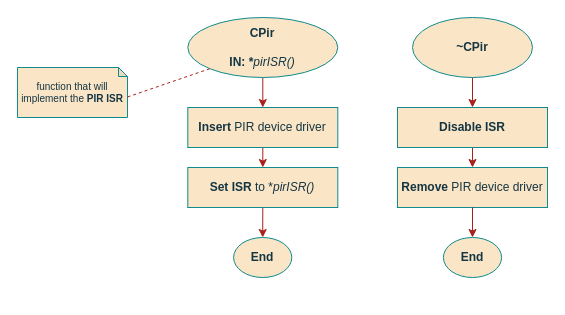
The draw.io diagram page "Constructor" (2 of 3) of documentation/flowcharts/02Classes/CPir.drawio in ESRGgroup9/slipad, before the edit. Source tidied: cells renumbered, new cells numbered last; positions are measured from the earlier drawing's top-left corner, leaving out a move shared by most shapes. Both pictures are drawn from the tidied source at 100%, with x=0, y=0 at pixel (17, 17).
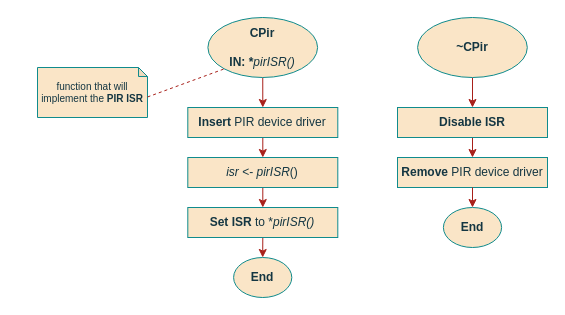
The same page after the edit.

Diff of the diagram source:
```diff
@@
     <mxCell id="3" value="&lt;div&gt;CPir&lt;/div&gt;&lt;div&gt;&lt;br&gt;&lt;/div&gt;&lt;div&gt;IN: *&lt;i&gt;&lt;span style=&quot;font-weight: normal&quot;&gt;pirISR()&lt;/span&gt;&lt;/i&gt; &lt;/div&gt;" style="ellipse;whiteSpace=wrap;html=1;fillColor=#FAE5C7;strokeColor=#0F8B8D;fontColor=#143642;fontStyle=1;" parent="1" vertex="1">
-      <mxGeometry x="170.3" width="150" height="60" as="geometry" />
+      <mxGeometry x="190.4" width="109.7" height="60" as="geometry" />
     </mxCell>
-    <mxCell id="4" style="edgeStyle=orthogonalEdgeStyle;curved=0;rounded=1;sketch=0;jettySize=auto;html=1;exitX=0.5;exitY=1;exitDx=0;exitDy=0;entryX=0.5;entryY=0;entryDx=0;entryDy=0;fontColor=#143642;strokeColor=#A8201A;fillColor=#FAE5C7;" parent="1" edge="1" source="5" target="8">
+    <mxCell id="4" style="edgeStyle=orthogonalEdgeStyle;curved=0;rounded=1;sketch=0;jettySize=auto;html=1;exitX=0.5;exitY=1;exitDx=0;exitDy=0;entryX=0.5;entryY=0;entryDx=0;entryDy=0;fontColor=#143642;strokeColor=#A8201A;fillColor=#FAE5C7;" parent="1" edge="1" source="5" target="19">
       <mxGeometry relative="1" as="geometry" />
     </mxCell>
     <mxCell id="5" value="&lt;b&gt;Insert&lt;/b&gt; PIR device driver" style="rounded=0;whiteSpace=wrap;html=1;sketch=0;fontColor=#143642;strokeColor=#0F8B8D;fillColor=#FAE5C7;" parent="1" vertex="1">
-      <mxGeometry x="170.3" y="90" width="150" height="40" as="geometry" />
+      <mxGeometry x="170.3" y="90" width="150" height="30" as="geometry" />
     </mxCell>
@@
     <mxCell id="7" value="End" style="ellipse;whiteSpace=wrap;html=1;fillColor=#FAE5C7;strokeColor=#0F8B8D;fontColor=#143642;fontStyle=1;" parent="1" vertex="1">
-      <mxGeometry x="216.1" y="220" width="58.2" height="40" as="geometry" />
+      <mxGeometry x="216.1" y="240" width="58.2" height="40" as="geometry" />
     </mxCell>
     <mxCell id="8" value="&lt;b&gt;Set ISR&lt;/b&gt; to *&lt;i&gt;pirISR()&lt;/i&gt;" style="rounded=0;whiteSpace=wrap;html=1;sketch=0;fontColor=#143642;strokeColor=#0F8B8D;fillColor=#FAE5C7;" parent="1" vertex="1">
-      <mxGeometry x="170.3" y="150" width="150" height="40" as="geometry" />
+      <mxGeometry x="170.3" y="190" width="150" height="30" as="geometry" />
     </mxCell>
     <mxCell id="9" value="function that will implement the &lt;b&gt;PIR ISR&lt;/b&gt;" style="shape=note;whiteSpace=wrap;html=1;backgroundOutline=1;darkOpacity=0.05;rounded=0;sketch=0;fontColor=#143642;strokeColor=#0F8B8D;fillColor=#FAE5C7;size=9;fontSize=10;align=center;horizontal=1;verticalAlign=middle;" parent="1" vertex="1">
-      <mxGeometry y="50" width="110" height="50" as="geometry" />
+      <mxGeometry x="20" y="50" width="110" height="50" as="geometry" />
     </mxCell>
@@
-    <mxCell id="11" style="edgeStyle=orthogonalEdgeStyle;curved=0;rounded=1;sketch=0;jettySize=auto;html=1;exitX=0.5;exitY=1;exitDx=0;exitDy=0;entryX=0.5;entryY=0;entryDx=0;entryDy=0;fontColor=#143642;strokeColor=#A8201A;fillColor=#FAE5C7;" parent="1" edge="1" source="12">
+    <mxCell id="11" style="edgeStyle=orthogonalEdgeStyle;curved=0;rounded=1;sketch=0;orthogonalLoop=1;jettySize=auto;html=1;exitX=0.5;exitY=1;exitDx=0;exitDy=0;entryX=0.5;entryY=0;entryDx=0;entryDy=0;fontColor=#143642;strokeColor=#A8201A;fillColor=#FAE5C7;" parent="1" edge="1">
       <mxGeometry relative="1" as="geometry">
+        <mxPoint x="455" y="60" as="sourcePoint" />
         <mxPoint x="455" y="90" as="targetPoint" />
       </mxGeometry>
     </mxCell>
-    <mxCell id="12" value="&lt;div&gt;~CPir&lt;/div&gt;" style="ellipse;whiteSpace=wrap;html=1;fillColor=#FAE5C7;strokeColor=#0F8B8D;fontColor=#143642;fontStyle=1;" parent="1" vertex="1">
-      <mxGeometry x="395" width="120" height="60" as="geometry" />
-    </mxCell>
     <mxCell id="13" value="&lt;b&gt;Remove&lt;/b&gt; PIR device driver" style="rounded=0;whiteSpace=wrap;html=1;sketch=0;fontColor=#143642;strokeColor=#0F8B8D;fillColor=#FAE5C7;" parent="1" vertex="1">
-      <mxGeometry x="380" y="150" width="150" height="40" as="geometry" />
+      <mxGeometry x="380" y="140" width="150" height="30" as="geometry" />
     </mxCell>
-    <mxCell id="14" style="edgeStyle=orthogonalEdgeStyle;curved=0;rounded=1;sketch=0;jettySize=auto;html=1;exitX=0.5;exitY=1;exitDx=0;exitDy=0;entryX=0.5;entryY=0;entryDx=0;entryDy=0;fontColor=#143642;strokeColor=#A8201A;fillColor=#FAE5C7;" parent="1" edge="1" target="15">
-      <mxGeometry relative="1" as="geometry">
-        <mxPoint x="455" y="190" as="sourcePoint" />
-      </mxGeometry>
+    <mxCell id="14" style="edgeStyle=orthogonalEdgeStyle;curved=0;rounded=1;sketch=0;jettySize=auto;html=1;exitX=0.5;exitY=1;exitDx=0;exitDy=0;entryX=0.5;entryY=0;entryDx=0;entryDy=0;fontColor=#143642;strokeColor=#A8201A;fillColor=#FAE5C7;" parent="1" edge="1" source="13" target="15">
+      <mxGeometry relative="1" as="geometry" />
     </mxCell>
     <mxCell id="15" value="End" style="ellipse;whiteSpace=wrap;html=1;fillColor=#FAE5C7;strokeColor=#0F8B8D;fontColor=#143642;fontStyle=1;" parent="1" vertex="1">
-      <mxGeometry x="425.9" y="220" width="58.2" height="40" as="geometry" />
+      <mxGeometry x="425.9" y="190" width="58.2" height="40" as="geometry" />
     </mxCell>
@@
     <mxCell id="17" value="&lt;b&gt;Disable ISR&lt;/b&gt;&lt;i&gt;&lt;/i&gt;" style="rounded=0;whiteSpace=wrap;html=1;sketch=0;fontColor=#143642;strokeColor=#0F8B8D;fillColor=#FAE5C7;" parent="1" vertex="1">
-      <mxGeometry x="380" y="90" width="150" height="40" as="geometry" />
+      <mxGeometry x="380" y="90" width="150" height="30" as="geometry" />
     </mxCell>
+    <mxCell id="18" style="edgeStyle=orthogonalEdgeStyle;rounded=1;jettySize=auto;html=1;exitX=0.5;exitY=1;exitDx=0;exitDy=0;entryX=0.5;entryY=0;entryDx=0;entryDy=0;strokeColor=#A8201A;" parent="1" edge="1" source="19" target="8">
+      <mxGeometry relative="1" as="geometry" />
+    </mxCell>
+    <mxCell id="19" value="&lt;i&gt;isr&lt;/i&gt; &amp;lt;- &lt;i&gt;pirISR&lt;/i&gt;()" style="rounded=0;whiteSpace=wrap;html=1;sketch=0;fontColor=#143642;strokeColor=#0F8B8D;fillColor=#FAE5C7;" parent="1" vertex="1">
+      <mxGeometry x="170.3" y="140" width="150" height="30" as="geometry" />
+    </mxCell>
+    <mxCell id="12" value="&lt;div&gt;~CPir&lt;/div&gt;" style="ellipse;whiteSpace=wrap;html=1;fillColor=#FAE5C7;strokeColor=#0F8B8D;fontColor=#143642;fontStyle=1;" parent="1" vertex="1">
+      <mxGeometry x="400.1" width="109.7" height="60" as="geometry" />
+    </mxCell>
```
